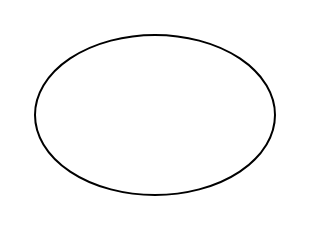
The draw.io diagram 未命名绘图.drawio in duanxq1994/repository, before the edit. Source tidied: cells renumbered, new cells numbered last; positions are measured from the earlier drawing's top-left corner, leaving out a move shared by most shapes. Both pictures are drawn from the tidied source at 200%, with x=0, y=0 at pixel (34, 34).
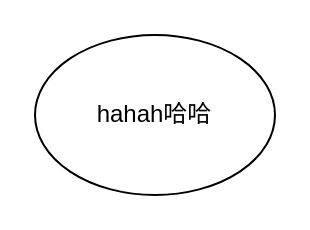
After the change.

Commit message (it also covers changes not shown here):
更新未命名绘图.drawio

Diff of the diagram source:
```diff
@@
 <mxGraphModel>
   <root>
     <mxCell id="0" />
     <mxCell id="1" parent="0" />
-    <mxCell id="2" style="ellipse;whiteSpace=wrap;html=1;" parent="1" vertex="1">
+    <mxCell id="2" value="hahah哈哈" style="ellipse;whiteSpace=wrap;html=1;" parent="1" vertex="1">
       <mxGeometry width="120" height="80" as="geometry" />
     </mxCell>
   </root>
 </mxGraphModel>
```
